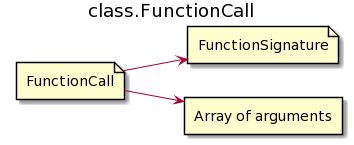
This is img/classes/class.function_call.png from AndreyBezverkhniy/KVM, a PlantUML export, as it was before one commit.
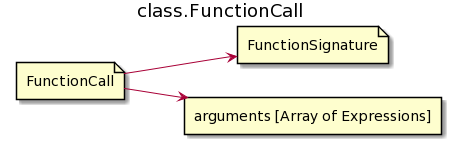
After the change.

What changed in the source:
```diff
@@ -4,7 +4,7 @@
 
 file FunctionCall
 file FunctionSignature
-rectangle "Array of arguments" as args
+rectangle "arguments [Array of Expressions]" as args
 
 FunctionCall-->FunctionSignature
 FunctionCall-->args
```
